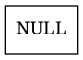
eric-rojas/-EDD-1S2025_202200331 keeps this Graphviz diagram as FASE 1 (lo restaurado)/AutoGestPro/Reports/colaServicios.png. Above is the earlier version. Its source is kept beside it as FASE 1 (lo restaurado)/AutoGestPro/Reports/colaServicios.dot.
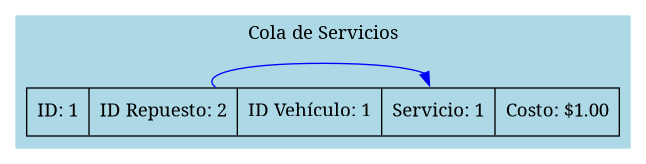
After the commit.

Diff of the diagram source:
```diff
@@ -1,4 +1,12 @@
 digraph G {
+    rankdir=LR;
     node [shape=record];
-    NULL [label = "{NULL}"];
+    subgraph cluster_0 {
+        label = "Cola de Servicios";
+        style=filled;
+        color=lightblue;
+        node1 [label="{{ID: 1}|{ID Repuesto: 1}|{ID Vehículo: 1}|{Servicio: 1}|{Costo: $1.00}}"];
+        node1 [label="{{ID: 1}|{ID Repuesto: 2}|{ID Vehículo: 1}|{Servicio: 1}|{Costo: $1.00}}"];
+        node1 -> node1 [color=blue, constraint=true];
+    }
 }
```
